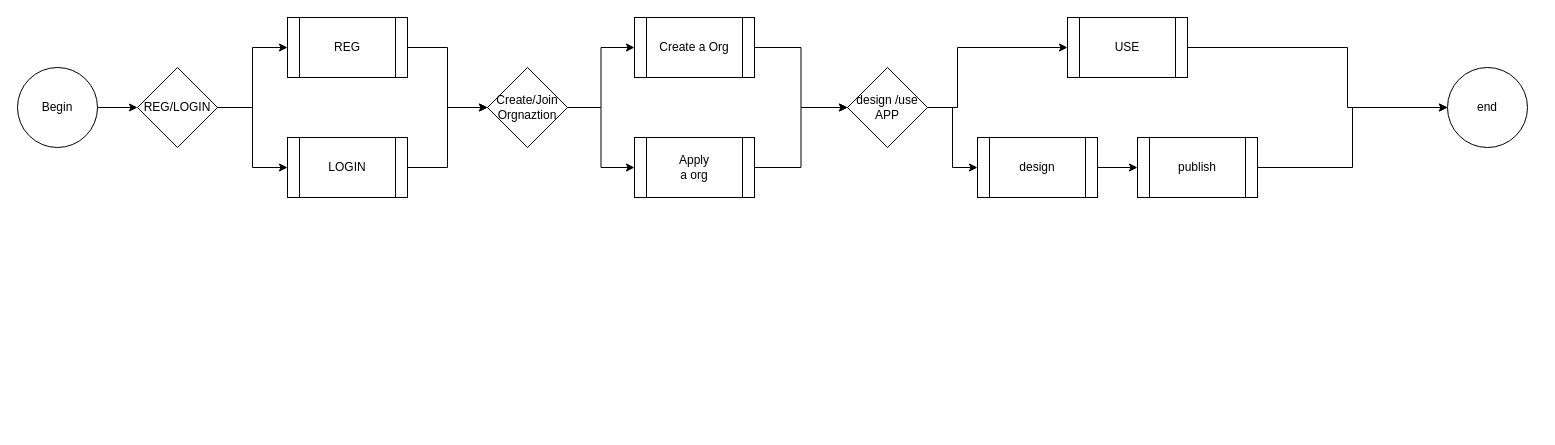
The draw.io diagram LCP.FLOW.drawio in Mellonlee/DRAWIO_PUB, before the edit. Source tidied: cells renumbered, new cells numbered last; positions are measured from the earlier drawing's top-left corner, leaving out a move shared by most shapes. Both pictures are drawn from the tidied source at 100%, with x=0, y=0 at pixel (17, 17).
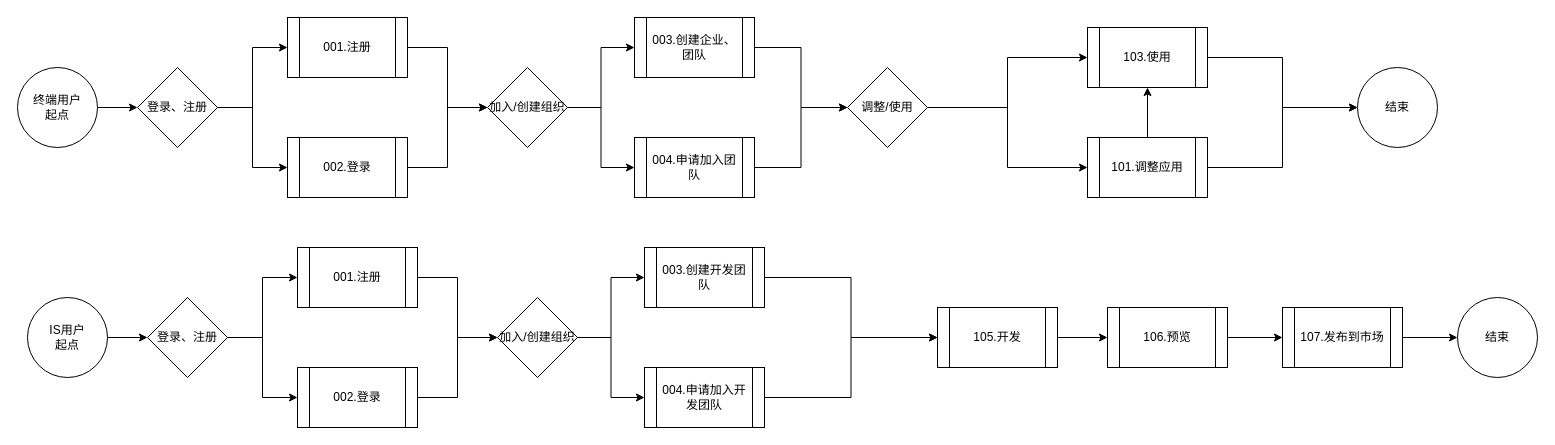
After the change.

Change to the diagram source:
```diff
@@
-    <mxCell id="3" value="Begin" style="ellipse;whiteSpace=wrap;html=1;" parent="1" vertex="1">
+    <mxCell id="3" value="终端用户&lt;br&gt;起点" style="ellipse;whiteSpace=wrap;html=1;" parent="1" vertex="1">
       <mxGeometry y="50" width="80" height="80" as="geometry" />
     </mxCell>
@@
-    <mxCell id="6" value="REG/LOGIN" style="rhombus;whiteSpace=wrap;html=1;" parent="1" vertex="1">
+    <mxCell id="6" value="登录、注册" style="rhombus;whiteSpace=wrap;html=1;" parent="1" vertex="1">
       <mxGeometry x="120" y="50" width="80" height="80" as="geometry" />
     </mxCell>
@@
-    <mxCell id="8" value="REG" style="shape=process;whiteSpace=wrap;html=1;backgroundOutline=1;" parent="1" vertex="1">
+    <mxCell id="8" value="001.注册" style="shape=process;whiteSpace=wrap;html=1;backgroundOutline=1;" parent="1" vertex="1">
       <mxGeometry x="270" width="120" height="60" as="geometry" />
     </mxCell>
@@
-    <mxCell id="10" value="LOGIN" style="shape=process;whiteSpace=wrap;html=1;backgroundOutline=1;" parent="1" vertex="1">
+    <mxCell id="10" value="002.登录" style="shape=process;whiteSpace=wrap;html=1;backgroundOutline=1;" parent="1" vertex="1">
       <mxGeometry x="270" y="120" width="120" height="60" as="geometry" />
     </mxCell>
@@
-    <mxCell id="13" value="Create/Join&lt;br&gt;Orgnaztion" style="rhombus;whiteSpace=wrap;html=1;" parent="1" vertex="1">
+    <mxCell id="13" value="加入/创建组织" style="rhombus;whiteSpace=wrap;html=1;" parent="1" vertex="1">
       <mxGeometry x="470" y="50" width="80" height="80" as="geometry" />
     </mxCell>
@@
-    <mxCell id="15" value="Create a Org" style="shape=process;whiteSpace=wrap;html=1;backgroundOutline=1;" parent="1" vertex="1">
+    <mxCell id="15" value="003.创建企业、团队" style="shape=process;whiteSpace=wrap;html=1;backgroundOutline=1;" parent="1" vertex="1">
       <mxGeometry x="617" width="120" height="60" as="geometry" />
     </mxCell>
@@
-    <mxCell id="17" value="Apply&lt;br&gt;a org" style="shape=process;whiteSpace=wrap;html=1;backgroundOutline=1;" parent="1" vertex="1">
+    <mxCell id="17" value="004.申请加入团队" style="shape=process;whiteSpace=wrap;html=1;backgroundOutline=1;" parent="1" vertex="1">
       <mxGeometry x="617" y="120" width="120" height="60" as="geometry" />
     </mxCell>
-    <mxCell id="18" style="edgeStyle=orthogonalEdgeStyle;rounded=0;jettySize=auto;html=1;exitX=1;exitY=0.5;exitDx=0;exitDy=0;entryX=0;entryY=0.5;entryDx=0;entryDy=0;" parent="1" edge="1" source="20" target="22">
-      <mxGeometry relative="1" as="geometry">
-        <Array as="points">
-          <mxPoint x="940" y="90" />
-          <mxPoint x="940" y="30" />
-        </Array>
-      </mxGeometry>
-    </mxCell>
-    <mxCell id="19" style="edgeStyle=orthogonalEdgeStyle;rounded=0;jettySize=auto;html=1;exitX=1;exitY=0.5;exitDx=0;exitDy=0;" parent="1" edge="1" source="20" target="24">
+    <mxCell id="19" style="edgeStyle=orthogonalEdgeStyle;rounded=0;jettySize=auto;html=1;exitX=1;exitY=0.5;exitDx=0;exitDy=0;entryX=0;entryY=0.5;entryDx=0;entryDy=0;" parent="1" edge="1" source="20" target="22">
       <mxGeometry relative="1" as="geometry" />
     </mxCell>
+    <mxCell id="28" style="edgeStyle=orthogonalEdgeStyle;rounded=0;jettySize=auto;html=1;exitX=1;exitY=0.5;exitDx=0;exitDy=0;entryX=0;entryY=0.5;entryDx=0;entryDy=0;" parent="1" edge="1" source="20" target="24">
+      <mxGeometry relative="1" as="geometry" />
+    </mxCell>
-    <mxCell id="20" value="design /use&lt;br&gt;APP" style="rhombus;whiteSpace=wrap;html=1;" parent="1" vertex="1">
+    <mxCell id="20" value="调整/使用" style="rhombus;whiteSpace=wrap;html=1;" parent="1" vertex="1">
       <mxGeometry x="830" y="50" width="80" height="80" as="geometry" />
     </mxCell>
     <mxCell id="21" style="edgeStyle=orthogonalEdgeStyle;rounded=0;jettySize=auto;html=1;exitX=1;exitY=0.5;exitDx=0;exitDy=0;entryX=0;entryY=0.5;entryDx=0;entryDy=0;" parent="1" edge="1" source="22" target="27">
-      <mxGeometry relative="1" as="geometry">
-        <Array as="points">
-          <mxPoint x="1330" y="30" />
-          <mxPoint x="1330" y="90" />
-        </Array>
-      </mxGeometry>
+      <mxGeometry relative="1" as="geometry" />
     </mxCell>
-    <mxCell id="22" value="USE" style="shape=process;whiteSpace=wrap;html=1;backgroundOutline=1;" parent="1" vertex="1">
-      <mxGeometry x="1050" width="120" height="60" as="geometry" />
+    <mxCell id="22" value="103.使用" style="shape=process;whiteSpace=wrap;html=1;backgroundOutline=1;" parent="1" vertex="1">
+      <mxGeometry x="1070" y="10" width="120" height="60" as="geometry" />
     </mxCell>
-    <mxCell id="23" style="edgeStyle=orthogonalEdgeStyle;rounded=0;jettySize=auto;html=1;exitX=1;exitY=0.5;exitDx=0;exitDy=0;entryX=0;entryY=0.5;entryDx=0;entryDy=0;" parent="1" edge="1" source="24" target="26">
-      <mxGeometry relative="1" as="geometry" />
-    </mxCell>
+    <mxCell id="29" style="edgeStyle=orthogonalEdgeStyle;rounded=0;jettySize=auto;html=1;exitX=1;exitY=0.5;exitDx=0;exitDy=0;" parent="1" edge="1" source="24" target="27">
+      <mxGeometry relative="1" as="geometry" />
+    </mxCell>
+    <mxCell id="30" style="edgeStyle=orthogonalEdgeStyle;rounded=0;jettySize=auto;html=1;exitX=0.5;exitY=0;exitDx=0;exitDy=0;entryX=0.5;entryY=1;entryDx=0;entryDy=0;" parent="1" edge="1" source="24" target="22">
+      <mxGeometry relative="1" as="geometry" />
+    </mxCell>
-    <mxCell id="24" value="design" style="shape=process;whiteSpace=wrap;html=1;backgroundOutline=1;" parent="1" vertex="1">
-      <mxGeometry x="960" y="120" width="120" height="60" as="geometry" />
+    <mxCell id="24" value="101.调整应用" style="shape=process;whiteSpace=wrap;html=1;backgroundOutline=1;" parent="1" vertex="1">
+      <mxGeometry x="1070" y="120" width="120" height="60" as="geometry" />
     </mxCell>
-    <mxCell id="25" style="edgeStyle=orthogonalEdgeStyle;rounded=0;jettySize=auto;html=1;exitX=1;exitY=0.5;exitDx=0;exitDy=0;entryX=0;entryY=0.5;entryDx=0;entryDy=0;" parent="1" edge="1" source="26" target="27">
-      <mxGeometry relative="1" as="geometry" />
-    </mxCell>
-    <mxCell id="26" value="publish" style="shape=process;whiteSpace=wrap;html=1;backgroundOutline=1;" parent="1" vertex="1">
-      <mxGeometry x="1120" y="120" width="120" height="60" as="geometry" />
-    </mxCell>
-    <mxCell id="27" value="end" style="ellipse;whiteSpace=wrap;html=1;" parent="1" vertex="1">
-      <mxGeometry x="1430" y="50" width="80" height="80" as="geometry" />
+    <mxCell id="27" value="结束" style="ellipse;whiteSpace=wrap;html=1;" parent="1" vertex="1">
+      <mxGeometry x="1340" y="50" width="80" height="80" as="geometry" />
     </mxCell>
+    <mxCell id="31" style="edgeStyle=orthogonalEdgeStyle;rounded=0;jettySize=auto;html=1;exitX=1;exitY=0.5;exitDx=0;exitDy=0;entryX=0;entryY=0.5;entryDx=0;entryDy=0;" parent="1" edge="1" source="32" target="35">
+      <mxGeometry relative="1" as="geometry" />
+    </mxCell>
+    <mxCell id="32" value="IS用户&lt;br&gt;起点" style="ellipse;whiteSpace=wrap;html=1;" parent="1" vertex="1">
+      <mxGeometry x="10" y="280" width="80" height="80" as="geometry" />
+    </mxCell>
+    <mxCell id="33" style="edgeStyle=orthogonalEdgeStyle;rounded=0;jettySize=auto;html=1;exitX=1;exitY=0.5;exitDx=0;exitDy=0;entryX=0;entryY=0.5;entryDx=0;entryDy=0;" parent="1" edge="1" source="35" target="37">
+      <mxGeometry relative="1" as="geometry" />
+    </mxCell>
+    <mxCell id="34" style="edgeStyle=orthogonalEdgeStyle;rounded=0;jettySize=auto;html=1;exitX=1;exitY=0.5;exitDx=0;exitDy=0;entryX=0;entryY=0.5;entryDx=0;entryDy=0;" parent="1" edge="1" source="35" target="39">
+      <mxGeometry relative="1" as="geometry" />
+    </mxCell>
+    <mxCell id="35" value="登录、注册" style="rhombus;whiteSpace=wrap;html=1;" parent="1" vertex="1">
+      <mxGeometry x="130" y="280" width="80" height="80" as="geometry" />
+    </mxCell>
+    <mxCell id="36" style="edgeStyle=orthogonalEdgeStyle;rounded=0;jettySize=auto;html=1;exitX=1;exitY=0.5;exitDx=0;exitDy=0;entryX=0;entryY=0.5;entryDx=0;entryDy=0;" parent="1" edge="1" source="37" target="42">
+      <mxGeometry relative="1" as="geometry" />
+    </mxCell>
+    <mxCell id="37" value="001.注册" style="shape=process;whiteSpace=wrap;html=1;backgroundOutline=1;" parent="1" vertex="1">
+      <mxGeometry x="280" y="230" width="120" height="60" as="geometry" />
+    </mxCell>
+    <mxCell id="38" style="edgeStyle=orthogonalEdgeStyle;rounded=0;jettySize=auto;html=1;exitX=1;exitY=0.5;exitDx=0;exitDy=0;entryX=0;entryY=0.5;entryDx=0;entryDy=0;" parent="1" edge="1" source="39" target="42">
+      <mxGeometry relative="1" as="geometry" />
+    </mxCell>
+    <mxCell id="39" value="002.登录" style="shape=process;whiteSpace=wrap;html=1;backgroundOutline=1;" parent="1" vertex="1">
+      <mxGeometry x="280" y="350" width="120" height="60" as="geometry" />
+    </mxCell>
+    <mxCell id="40" style="edgeStyle=orthogonalEdgeStyle;rounded=0;jettySize=auto;html=1;exitX=1;exitY=0.5;exitDx=0;exitDy=0;entryX=0;entryY=0.5;entryDx=0;entryDy=0;" parent="1" edge="1" source="42" target="44">
+      <mxGeometry relative="1" as="geometry" />
+    </mxCell>
+    <mxCell id="41" style="edgeStyle=orthogonalEdgeStyle;rounded=0;jettySize=auto;html=1;exitX=1;exitY=0.5;exitDx=0;exitDy=0;entryX=0;entryY=0.5;entryDx=0;entryDy=0;" parent="1" edge="1" source="42" target="46">
+      <mxGeometry relative="1" as="geometry" />
+    </mxCell>
+    <mxCell id="42" value="加入/创建组织" style="rhombus;whiteSpace=wrap;html=1;" parent="1" vertex="1">
+      <mxGeometry x="480" y="280" width="80" height="80" as="geometry" />
+    </mxCell>
+    <mxCell id="43" style="edgeStyle=orthogonalEdgeStyle;rounded=0;jettySize=auto;html=1;exitX=1;exitY=0.5;exitDx=0;exitDy=0;entryX=0;entryY=0.5;entryDx=0;entryDy=0;" parent="1" edge="1" source="44" target="48">
+      <mxGeometry relative="1" as="geometry" />
+    </mxCell>
+    <mxCell id="44" value="003.创建开发团队" style="shape=process;whiteSpace=wrap;html=1;backgroundOutline=1;" parent="1" vertex="1">
+      <mxGeometry x="627" y="230" width="120" height="60" as="geometry" />
+    </mxCell>
+    <mxCell id="45" style="edgeStyle=orthogonalEdgeStyle;rounded=0;jettySize=auto;html=1;exitX=1;exitY=0.5;exitDx=0;exitDy=0;entryX=0;entryY=0.5;entryDx=0;entryDy=0;" parent="1" edge="1" source="46" target="48">
+      <mxGeometry relative="1" as="geometry" />
+    </mxCell>
+    <mxCell id="46" value="004.申请加入开发团队" style="shape=process;whiteSpace=wrap;html=1;backgroundOutline=1;" parent="1" vertex="1">
+      <mxGeometry x="627" y="350" width="120" height="60" as="geometry" />
+    </mxCell>
+    <mxCell id="47" style="edgeStyle=orthogonalEdgeStyle;rounded=0;jettySize=auto;html=1;exitX=1;exitY=0.5;exitDx=0;exitDy=0;entryX=0;entryY=0.5;entryDx=0;entryDy=0;" parent="1" edge="1" source="48" target="50">
+      <mxGeometry relative="1" as="geometry" />
+    </mxCell>
+    <mxCell id="48" value="105.开发" style="shape=process;whiteSpace=wrap;html=1;backgroundOutline=1;" parent="1" vertex="1">
+      <mxGeometry x="920" y="290" width="120" height="60" as="geometry" />
+    </mxCell>
+    <mxCell id="49" style="edgeStyle=orthogonalEdgeStyle;rounded=0;jettySize=auto;html=1;exitX=1;exitY=0.5;exitDx=0;exitDy=0;entryX=0;entryY=0.5;entryDx=0;entryDy=0;" parent="1" edge="1" source="52" target="51">
+      <mxGeometry relative="1" as="geometry" />
+    </mxCell>
+    <mxCell id="50" value="106.预览" style="shape=process;whiteSpace=wrap;html=1;backgroundOutline=1;" parent="1" vertex="1">
+      <mxGeometry x="1090" y="290" width="120" height="60" as="geometry" />
+    </mxCell>
+    <mxCell id="51" value="结束" style="ellipse;whiteSpace=wrap;html=1;" parent="1" vertex="1">
+      <mxGeometry x="1440" y="280" width="80" height="80" as="geometry" />
+    </mxCell>
+    <mxCell id="52" value="107.发布到市场" style="shape=process;whiteSpace=wrap;html=1;backgroundOutline=1;" parent="1" vertex="1">
+      <mxGeometry x="1265" y="290" width="120" height="60" as="geometry" />
+    </mxCell>
+    <mxCell id="53" style="edgeStyle=orthogonalEdgeStyle;rounded=0;jettySize=auto;html=1;exitX=1;exitY=0.5;exitDx=0;exitDy=0;entryX=0;entryY=0.5;entryDx=0;entryDy=0;" parent="1" edge="1" source="50" target="52">
+      <mxGeometry relative="1" as="geometry" />
+    </mxCell>
```
